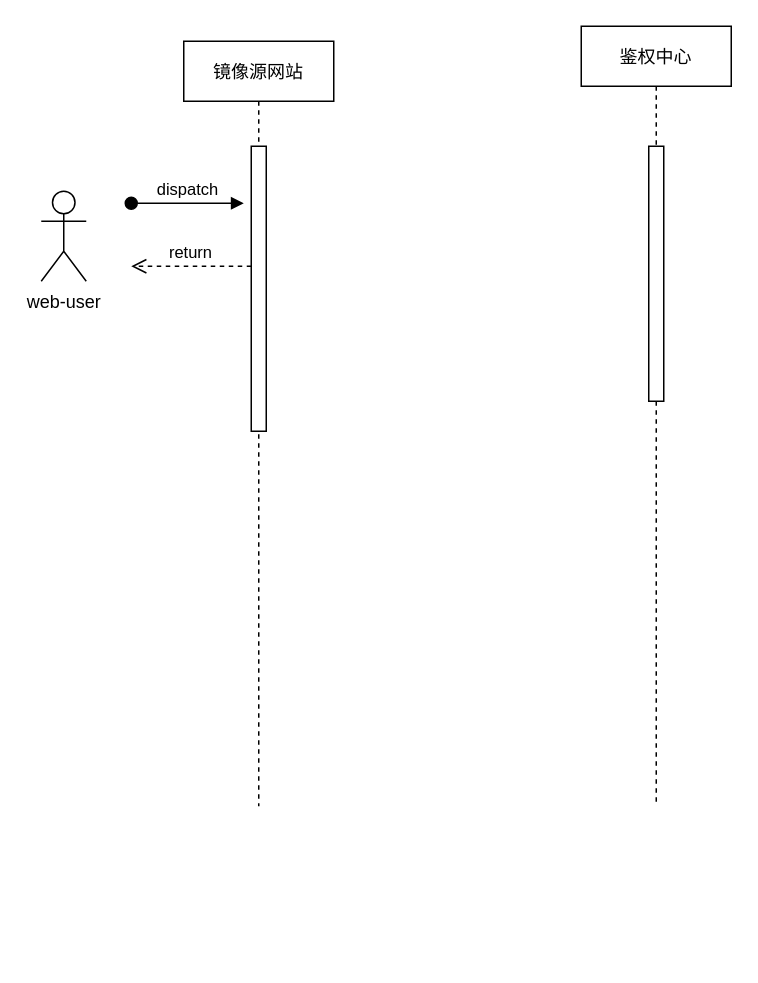
Above: smap.drawio in HurryUpWb/pdf (draw.io), before the change. Source tidied: cells renumbered, new cells numbered last; positions are measured from the earlier drawing's top-left corner, leaving out a move shared by most shapes. Both pictures are drawn from the tidied source at 150%, with x=0, y=0 at pixel (40, 26).
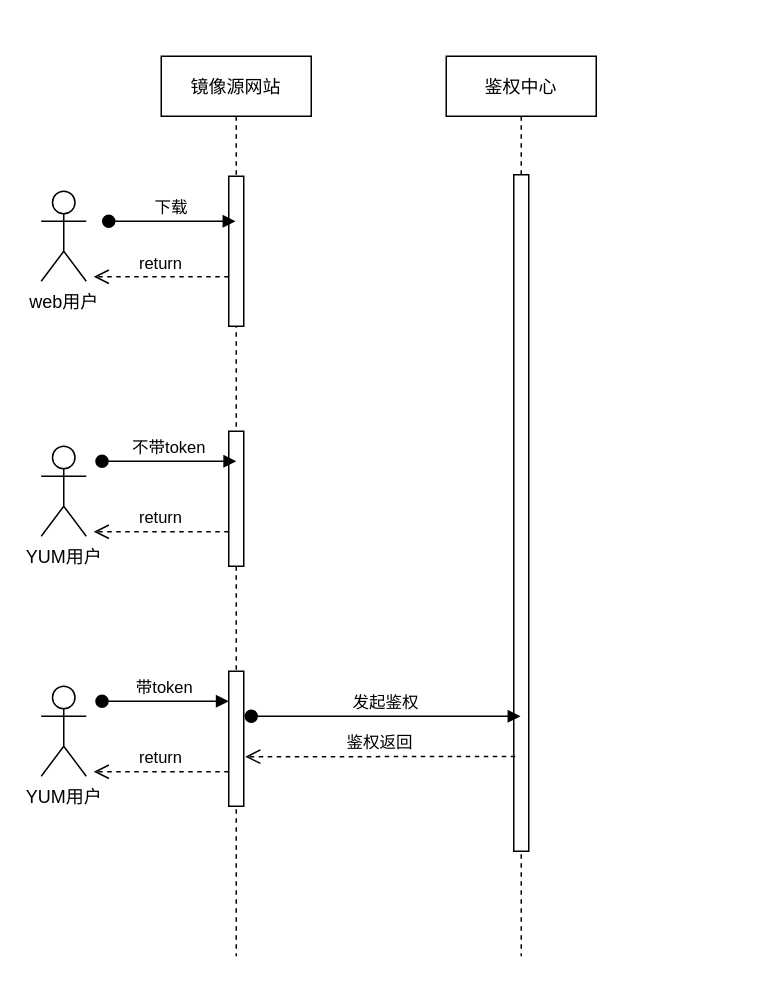
The same page after the edit.

Diff of the diagram source:
```diff
@@
     <mxCell id="2" value="镜像源网站" style="shape=umlLifeline;perimeter=lifelinePerimeter;rounded=0;shadow=0;strokeWidth=1;" parent="1" vertex="1">
-      <mxGeometry x="95" y="10" width="100" height="510" as="geometry" />
+      <mxGeometry x="80" y="20" width="100" height="600" as="geometry" />
     </mxCell>
     <mxCell id="3" style="points=[];perimeter=orthogonalPerimeter;rounded=0;shadow=0;strokeWidth=1;" parent="2" vertex="1">
-      <mxGeometry x="45" y="70" width="10" height="190" as="geometry" />
+      <mxGeometry x="45" y="80" width="10" height="100" as="geometry" />
     </mxCell>
-    <mxCell id="4" value="dispatch" style="verticalAlign=bottom;startArrow=oval;endArrow=block;startSize=8;shadow=0;strokeWidth=1;entryX=-0.5;entryY=0.2;entryDx=0;entryDy=0;entryPerimeter=0;" parent="2" edge="1" target="3">
+    <mxCell id="4" value="下载" style="verticalAlign=bottom;startArrow=oval;endArrow=block;startSize=8;shadow=0;strokeWidth=1;" parent="2" edge="1" target="2">
       <mxGeometry relative="1" as="geometry">
-        <mxPoint x="-35" y="108" as="sourcePoint" />
+        <mxPoint x="-35" y="110" as="sourcePoint" />
       </mxGeometry>
     </mxCell>
     <mxCell id="5" value="return" style="verticalAlign=bottom;endArrow=open;dashed=1;endSize=8;shadow=0;strokeWidth=1;" parent="2" edge="1">
       <mxGeometry relative="1" as="geometry">
-        <mxPoint x="45" y="150" as="sourcePoint" />
-        <mxPoint x="-35" y="150" as="targetPoint" />
+        <mxPoint x="45" y="147" as="sourcePoint" />
+        <mxPoint x="-45" y="147" as="targetPoint" />
       </mxGeometry>
     </mxCell>
+    <mxCell id="9" style="points=[];perimeter=orthogonalPerimeter;rounded=0;shadow=0;strokeWidth=1;" parent="2" vertex="1">
+      <mxGeometry x="45" y="250" width="10" height="90" as="geometry" />
+    </mxCell>
+    <mxCell id="10" value="return" style="verticalAlign=bottom;endArrow=open;dashed=1;endSize=8;shadow=0;strokeWidth=1;exitX=0;exitY=0.744;exitDx=0;exitDy=0;exitPerimeter=0;" parent="2" edge="1" source="9">
+      <mxGeometry relative="1" as="geometry">
+        <mxPoint x="-45" y="317" as="targetPoint" />
+      </mxGeometry>
+    </mxCell>
+    <mxCell id="11" value="不带token" style="verticalAlign=bottom;startArrow=oval;endArrow=block;startSize=8;shadow=0;strokeWidth=1;" parent="2" edge="1">
+      <mxGeometry relative="1" as="geometry">
+        <mxPoint x="-39.5" y="270" as="sourcePoint" />
+        <mxPoint x="50" y="270" as="targetPoint" />
+      </mxGeometry>
+    </mxCell>
+    <mxCell id="12" style="points=[];perimeter=orthogonalPerimeter;rounded=0;shadow=0;strokeWidth=1;" parent="2" vertex="1">
+      <mxGeometry x="45" y="410" width="10" height="90" as="geometry" />
+    </mxCell>
     <mxCell id="6" value="鉴权中心" style="shape=umlLifeline;perimeter=lifelinePerimeter;rounded=0;shadow=0;strokeWidth=1;" parent="1" vertex="1">
-      <mxGeometry x="360" width="100" height="520" as="geometry" />
+      <mxGeometry x="270" y="20" width="100" height="600" as="geometry" />
     </mxCell>
     <mxCell id="7" style="points=[];perimeter=orthogonalPerimeter;rounded=0;shadow=0;strokeWidth=1;" parent="6" vertex="1">
-      <mxGeometry x="45" y="80" width="10" height="170" as="geometry" />
+      <mxGeometry x="45" y="79" width="10" height="451" as="geometry" />
     </mxCell>
-    <mxCell id="8" value="web-user" style="shape=umlActor;verticalLabelPosition=bottom;verticalAlign=top;html=1;" parent="1" vertex="1">
+    <mxCell id="8" value="web用户" style="shape=umlActor;verticalLabelPosition=bottom;verticalAlign=top;html=1;" parent="1" vertex="1">
       <mxGeometry y="110" width="30" height="60" as="geometry" />
     </mxCell>
+    <mxCell id="13" value="YUM用户" style="shape=umlActor;verticalLabelPosition=bottom;verticalAlign=top;html=1;" parent="1" vertex="1">
+      <mxGeometry y="280" width="30" height="60" as="geometry" />
+    </mxCell>
+    <mxCell id="14" value="return" style="verticalAlign=bottom;endArrow=open;dashed=1;endSize=8;shadow=0;strokeWidth=1;exitX=0;exitY=0.744;exitDx=0;exitDy=0;exitPerimeter=0;" parent="1" edge="1" source="12">
+      <mxGeometry relative="1" as="geometry">
+        <mxPoint x="35" y="497" as="targetPoint" />
+      </mxGeometry>
+    </mxCell>
+    <mxCell id="15" value="带token" style="verticalAlign=bottom;startArrow=oval;endArrow=block;startSize=8;shadow=0;strokeWidth=1;" parent="1" edge="1">
+      <mxGeometry relative="1" as="geometry">
+        <mxPoint x="40.5" y="450" as="sourcePoint" />
+        <mxPoint x="125" y="450" as="targetPoint" />
+      </mxGeometry>
+    </mxCell>
+    <mxCell id="16" value="YUM用户" style="shape=umlActor;verticalLabelPosition=bottom;verticalAlign=top;html=1;" parent="1" vertex="1">
+      <mxGeometry y="440" width="30" height="60" as="geometry" />
+    </mxCell>
+    <mxCell id="17" value="发起鉴权" style="verticalAlign=bottom;startArrow=oval;endArrow=block;startSize=8;shadow=0;strokeWidth=1;" parent="1" edge="1" target="6">
+      <mxGeometry relative="1" as="geometry">
+        <mxPoint x="140" y="460" as="sourcePoint" />
+      </mxGeometry>
+    </mxCell>
+    <mxCell id="18" value="鉴权返回" style="verticalAlign=bottom;endArrow=open;dashed=1;endSize=8;shadow=0;strokeWidth=1;entryX=1.1;entryY=0.633;entryDx=0;entryDy=0;entryPerimeter=0;exitX=0.1;exitY=0.86;exitDx=0;exitDy=0;exitPerimeter=0;" parent="1" edge="1" source="7" target="12">
+      <mxGeometry relative="1" as="geometry" />
+    </mxCell>
```
